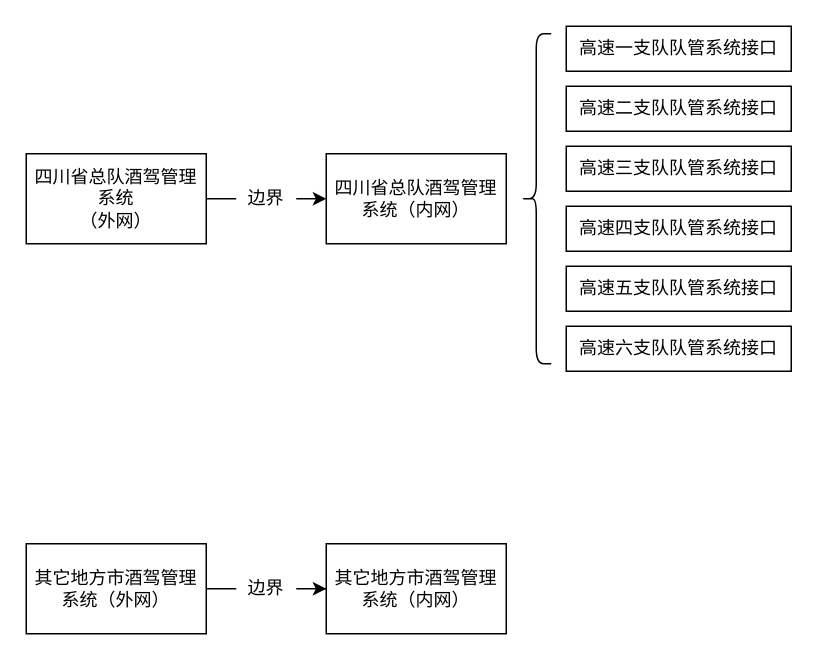
The draw.io diagram Untitled Diagram.drawio in Lethezheyi/-, before the edit. Source tidied: cells renumbered, new cells numbered last; positions are measured from the earlier drawing's top-left corner, leaving out a move shared by most shapes. Both pictures are drawn from the tidied source at 150%, with x=0, y=0 at pixel (26, 26).
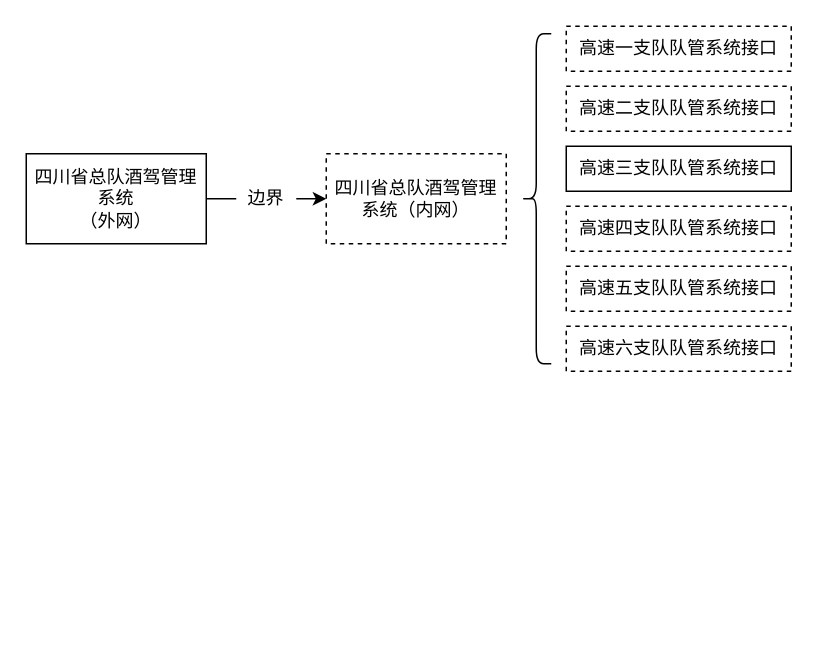
The same diagram, later.

Change to the diagram source:
```diff
@@
 <mxGraphModel>
   <root>
     <mxCell id="0" />
     <mxCell id="1" parent="0" />
     <mxCell id="2" value="四川省总队酒驾管理系统&lt;br&gt;（外网）" style="rounded=0;whiteSpace=wrap;html=1;" parent="1" vertex="1">
       <mxGeometry y="85" width="120" height="60" as="geometry" />
     </mxCell>
-    <mxCell id="3" style="edgeStyle=orthogonalEdgeStyle;rounded=0;jettySize=auto;html=1;startArrow=none;" parent="1" edge="1" source="17" target="14">
-      <mxGeometry relative="1" as="geometry" />
-    </mxCell>
-    <mxCell id="4" value="其它地方市酒驾管理系统（外网）" style="rounded=0;whiteSpace=wrap;html=1;" parent="1" vertex="1">
-      <mxGeometry y="345" width="120" height="60" as="geometry" />
-    </mxCell>
     <mxCell id="5" style="edgeStyle=orthogonalEdgeStyle;rounded=0;jettySize=auto;html=1;exitX=1;exitY=0.5;exitDx=0;exitDy=0;entryX=0;entryY=0.5;entryDx=0;entryDy=0;startArrow=none;" parent="1" edge="1" source="15" target="6">
       <mxGeometry relative="1" as="geometry" />
     </mxCell>
-    <mxCell id="6" value="四川省总队酒驾管理系统（内网）" style="rounded=0;whiteSpace=wrap;html=1;" parent="1" vertex="1">
+    <mxCell id="6" value="四川省总队酒驾管理系统（内网）" style="rounded=0;whiteSpace=wrap;html=1;dashed=1;" parent="1" vertex="1">
       <mxGeometry x="200" y="85" width="120" height="60" as="geometry" />
     </mxCell>
-    <mxCell id="7" value="高速一支队队管系统接口" style="rounded=0;whiteSpace=wrap;html=1;" parent="1" vertex="1">
+    <mxCell id="7" value="高速一支队队管系统接口" style="rounded=0;whiteSpace=wrap;html=1;dashed=1;" parent="1" vertex="1">
       <mxGeometry x="360" width="150" height="30" as="geometry" />
     </mxCell>
-    <mxCell id="8" value="高速二支队队管系统接口" style="rounded=0;whiteSpace=wrap;html=1;" parent="1" vertex="1">
+    <mxCell id="8" value="高速二支队队管系统接口" style="rounded=0;whiteSpace=wrap;html=1;dashed=1;" parent="1" vertex="1">
       <mxGeometry x="360" y="40" width="150" height="30" as="geometry" />
     </mxCell>
     <mxCell id="9" value="高速三支队队管系统接口" style="rounded=0;whiteSpace=wrap;html=1;" parent="1" vertex="1">
       <mxGeometry x="360" y="80" width="150" height="30" as="geometry" />
     </mxCell>
-    <mxCell id="10" value="高速四支队队管系统接口" style="rounded=0;whiteSpace=wrap;html=1;" parent="1" vertex="1">
+    <mxCell id="10" value="高速四支队队管系统接口" style="rounded=0;whiteSpace=wrap;html=1;dashed=1;" parent="1" vertex="1">
       <mxGeometry x="360" y="120" width="150" height="30" as="geometry" />
     </mxCell>
-    <mxCell id="11" value="高速五支队队管系统接口" style="rounded=0;whiteSpace=wrap;html=1;" parent="1" vertex="1">
+    <mxCell id="11" value="高速五支队队管系统接口" style="rounded=0;whiteSpace=wrap;html=1;dashed=1;" parent="1" vertex="1">
       <mxGeometry x="360" y="160" width="150" height="30" as="geometry" />
     </mxCell>
-    <mxCell id="12" value="高速六支队队管系统接口" style="rounded=0;whiteSpace=wrap;html=1;" parent="1" vertex="1">
+    <mxCell id="12" value="高速六支队队管系统接口" style="rounded=0;whiteSpace=wrap;html=1;dashed=1;" parent="1" vertex="1">
       <mxGeometry x="360" y="200" width="150" height="30" as="geometry" />
     </mxCell>
     <mxCell id="13" style="shape=curlyBracket;whiteSpace=wrap;html=1;rounded=1;" parent="1" vertex="1">
       <mxGeometry x="330" y="5" width="20" height="220" as="geometry" />
     </mxCell>
-    <mxCell id="14" value="其它地方市酒驾管理系统（内网）" style="rounded=0;whiteSpace=wrap;html=1;" parent="1" vertex="1">
-      <mxGeometry x="200" y="345" width="120" height="60" as="geometry" />
-    </mxCell>
     <mxCell id="15" value="边界" style="text;html=1;strokeColor=none;fillColor=none;align=center;verticalAlign=middle;whiteSpace=wrap;rounded=0;" parent="1" vertex="1">
       <mxGeometry x="140" y="105" width="40" height="20" as="geometry" />
     </mxCell>
     <mxCell id="16" style="edgeStyle=orthogonalEdgeStyle;rounded=0;jettySize=auto;html=1;exitX=1;exitY=0.5;exitDx=0;exitDy=0;entryX=0;entryY=0.5;entryDx=0;entryDy=0;endArrow=none;" parent="1" edge="1" source="2" target="15">
       <mxGeometry relative="1" as="geometry" />
     </mxCell>
-    <mxCell id="17" value="边界" style="text;html=1;strokeColor=none;fillColor=none;align=center;verticalAlign=middle;whiteSpace=wrap;rounded=0;" parent="1" vertex="1">
-      <mxGeometry x="140" y="365" width="40" height="20" as="geometry" />
-    </mxCell>
-    <mxCell id="18" style="edgeStyle=orthogonalEdgeStyle;rounded=0;jettySize=auto;html=1;endArrow=none;" parent="1" edge="1" source="4" target="17">
-      <mxGeometry relative="1" as="geometry" />
-    </mxCell>
   </root>
 </mxGraphModel>
```
